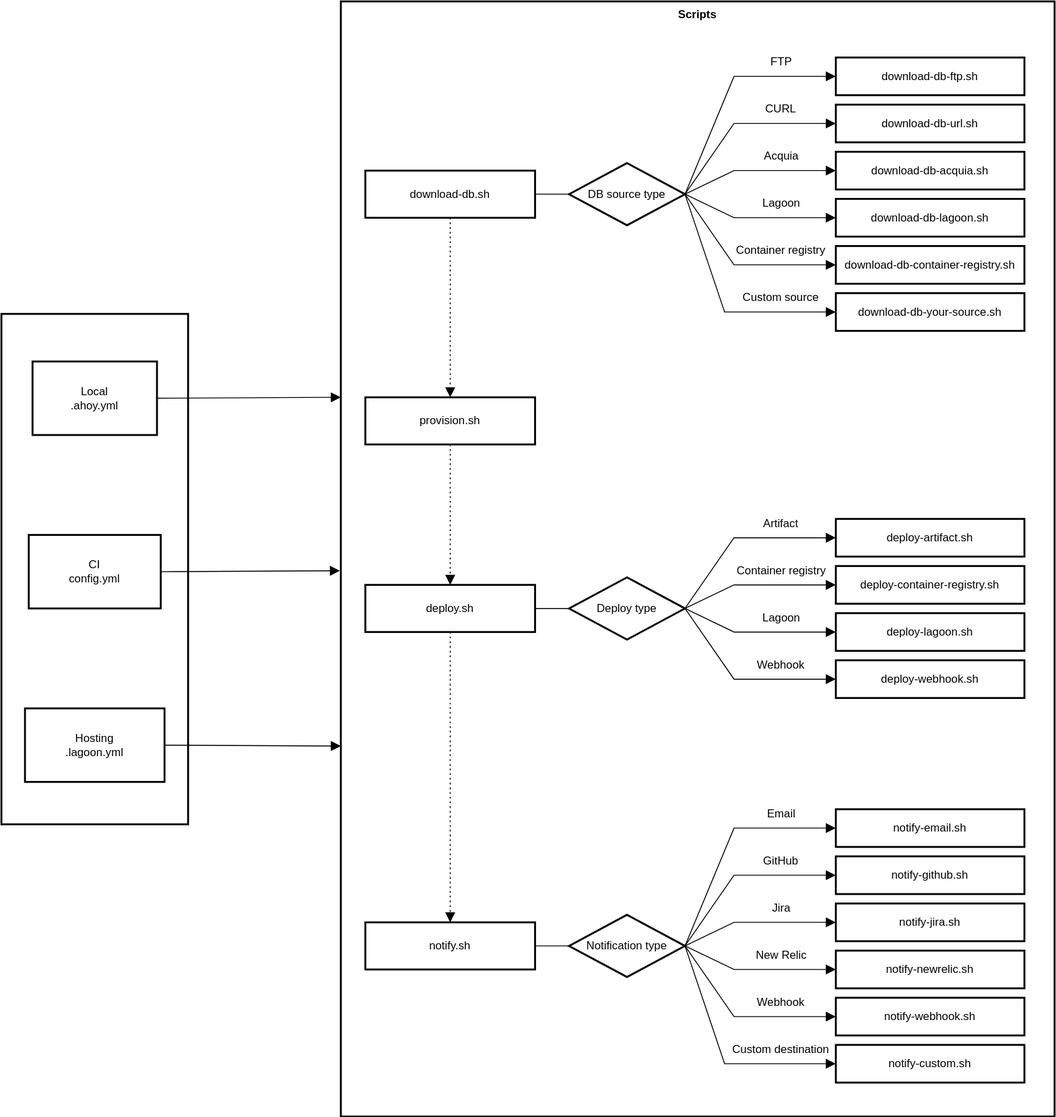
Before: .vortex/docs/static/img/diagram-scripts-light.svg, a diagram exported from draw.io (drevops/vortex). Source tidied: cells renumbered, new cells last; positions are measured from the earlier drawing's top-left corner, leaving out a move shared by most shapes.
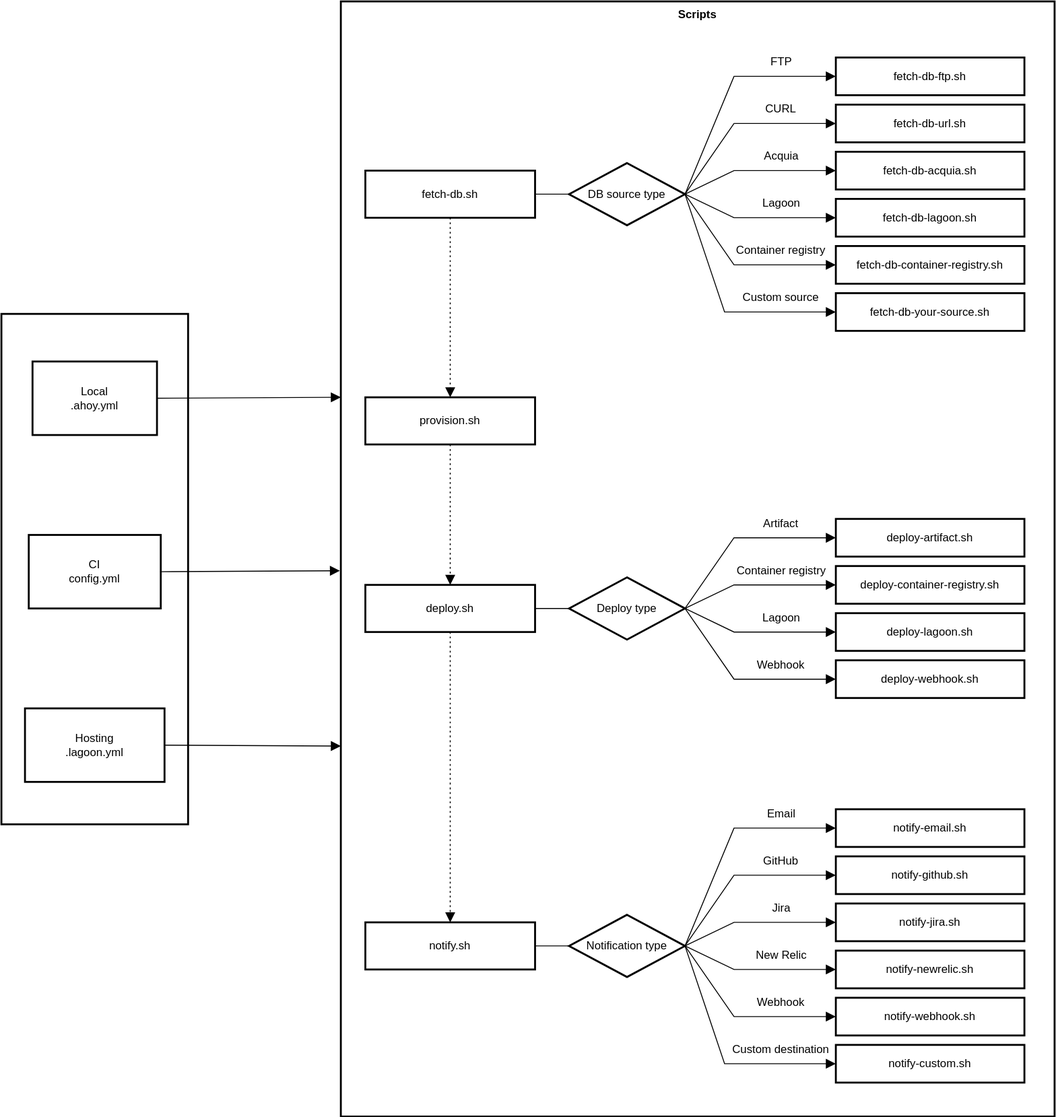
Later version of the same file.

What changed in the source:
```diff
@@ -5,7 +5,7 @@
     <mxCell id="2" value="Scripts" style="whiteSpace=wrap;strokeWidth=2;verticalAlign=top;fontStyle=1;" parent="1" vertex="1">
       <mxGeometry x="360" width="757" height="1183" as="geometry" />
     </mxCell>
-    <mxCell id="3" value="download-db.sh" style="whiteSpace=wrap;strokeWidth=2;" parent="2" vertex="1">
+    <mxCell id="3" value="fetch-db.sh" style="whiteSpace=wrap;strokeWidth=2;" parent="2" vertex="1">
       <mxGeometry x="26" y="179.5" width="180" height="50" as="geometry" />
     </mxCell>
     <mxCell id="4" value="provision.sh" style="whiteSpace=wrap;strokeWidth=2;" parent="2" vertex="1">
@@ -29,22 +29,22 @@
     <mxCell id="10" value="DB source type" style="rhombus;strokeWidth=2;whiteSpace=wrap;" parent="2" vertex="1">
       <mxGeometry x="242" y="171.5" width="123" height="66" as="geometry" />
     </mxCell>
-    <mxCell id="11" value="download-db-ftp.sh" style="whiteSpace=wrap;strokeWidth=2;" parent="2" vertex="1">
+    <mxCell id="11" value="fetch-db-ftp.sh" style="whiteSpace=wrap;strokeWidth=2;" parent="2" vertex="1">
       <mxGeometry x="525" y="59.5" width="200" height="40" as="geometry" />
     </mxCell>
-    <mxCell id="12" value="download-db-url.sh" style="whiteSpace=wrap;strokeWidth=2;" parent="2" vertex="1">
+    <mxCell id="12" value="fetch-db-url.sh" style="whiteSpace=wrap;strokeWidth=2;" parent="2" vertex="1">
       <mxGeometry x="525" y="109.5" width="200" height="40" as="geometry" />
     </mxCell>
-    <mxCell id="13" value="download-db-acquia.sh" style="whiteSpace=wrap;strokeWidth=2;" parent="2" vertex="1">
+    <mxCell id="13" value="fetch-db-acquia.sh" style="whiteSpace=wrap;strokeWidth=2;" parent="2" vertex="1">
       <mxGeometry x="525" y="159.5" width="200" height="40" as="geometry" />
     </mxCell>
-    <mxCell id="14" value="download-db-lagoon.sh" style="whiteSpace=wrap;strokeWidth=2;" parent="2" vertex="1">
+    <mxCell id="14" value="fetch-db-lagoon.sh" style="whiteSpace=wrap;strokeWidth=2;" parent="2" vertex="1">
       <mxGeometry x="525" y="209.5" width="200" height="40" as="geometry" />
     </mxCell>
-    <mxCell id="15" value="download-db-container-registry.sh" style="whiteSpace=wrap;strokeWidth=2;" parent="2" vertex="1">
+    <mxCell id="15" value="fetch-db-container-registry.sh" style="whiteSpace=wrap;strokeWidth=2;" parent="2" vertex="1">
       <mxGeometry x="525" y="259.5" width="200" height="40" as="geometry" />
     </mxCell>
-    <mxCell id="16" value="download-db-your-source.sh" style="whiteSpace=wrap;strokeWidth=2;" parent="2" vertex="1">
+    <mxCell id="16" value="fetch-db-your-source.sh" style="whiteSpace=wrap;strokeWidth=2;" parent="2" vertex="1">
       <mxGeometry x="525" y="309.5" width="200" height="40" as="geometry" />
     </mxCell>
     <mxCell id="17" value="FTP" style="curved=0;startArrow=none;endArrow=block;entryX=0;entryY=0.5;rounded=0;fontSize=12;startSize=8;endSize=8;exitX=1;exitY=0.5;exitDx=0;exitDy=0;" parent="2" edge="1" source="10" target="11">
```
